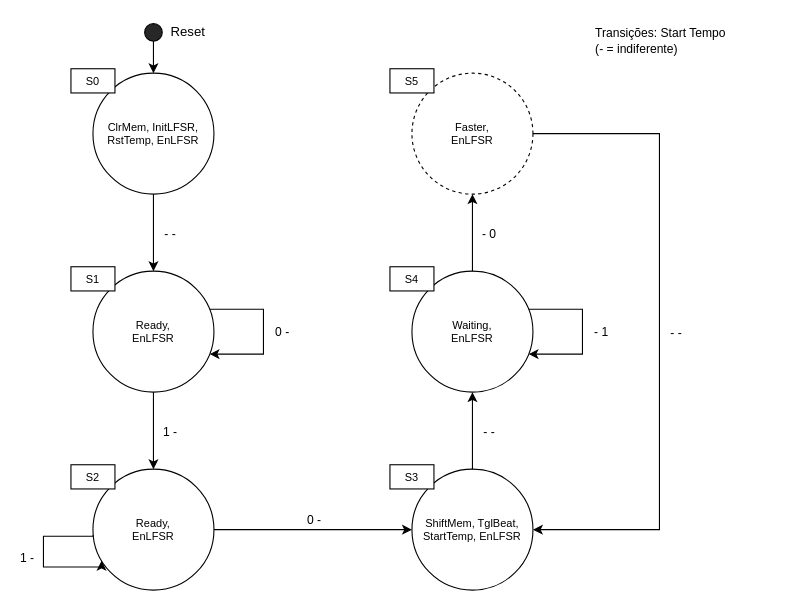
The draw.io diagram lab2/relatorio/figuras/diagrama_estados.drawio in dieguscl/sd2, before the edit. Source tidied: cells renumbered, new cells numbered last; positions are measured from the earlier drawing's top-left corner, leaving out a move shared by most shapes. Both pictures are drawn from the tidied source at 110%, with x=0, y=0 at pixel (43, 19).
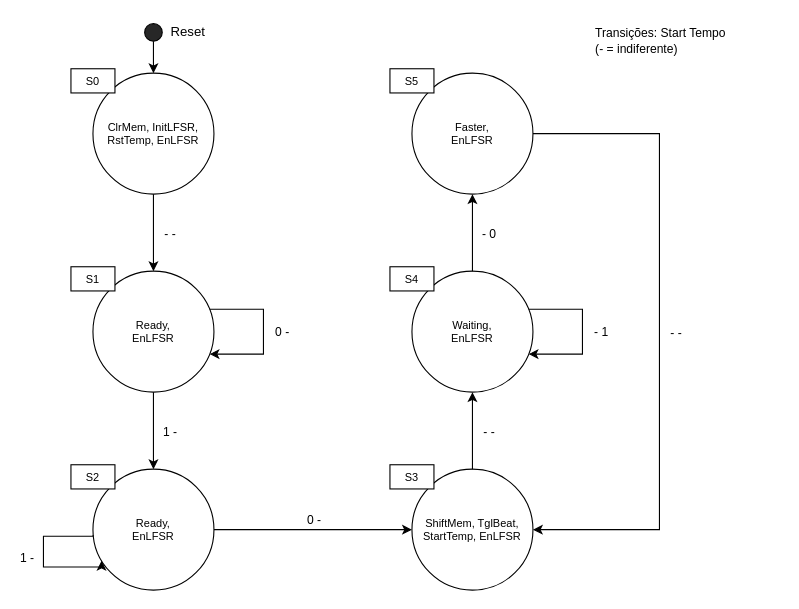
Above is the later version.

Commit message (it also covers changes not shown here):
Lab2: S5 a cheio no fluxograma e no diagrama de estados

Change to the diagram source:
```diff
@@
-    <mxCell id="14" value="Faster,&lt;br&gt;EnLFSR" style="ellipse;whiteSpace=wrap;html=1;fontSize=10;dashed=1;" parent="1" vertex="1">
+    <mxCell id="14" value="Faster,&lt;br&gt;EnLFSR" style="ellipse;whiteSpace=wrap;html=1;fontSize=10;" parent="1" vertex="1">
       <mxGeometry x="335" y="49" width="110" height="110" as="geometry" />
     </mxCell>
```
